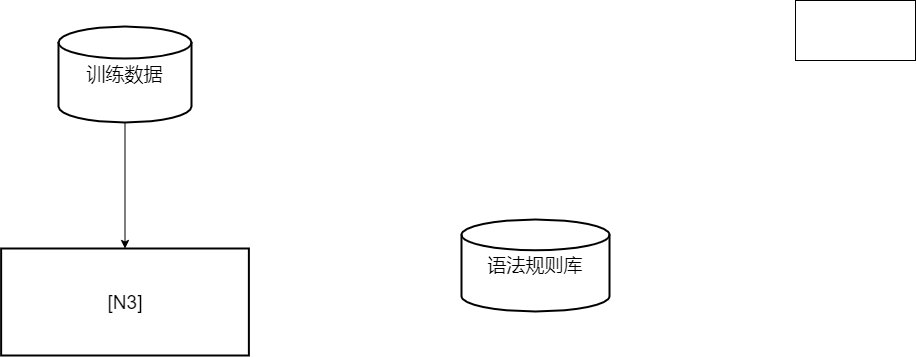
This is pcfg.drawio.png from lakomi/pictures, a draw.io export, as it was before one commit. Source tidied: cells renumbered, new cells last; positions are measured from the earlier drawing's top-left corner, leaving out a move shared by most shapes.
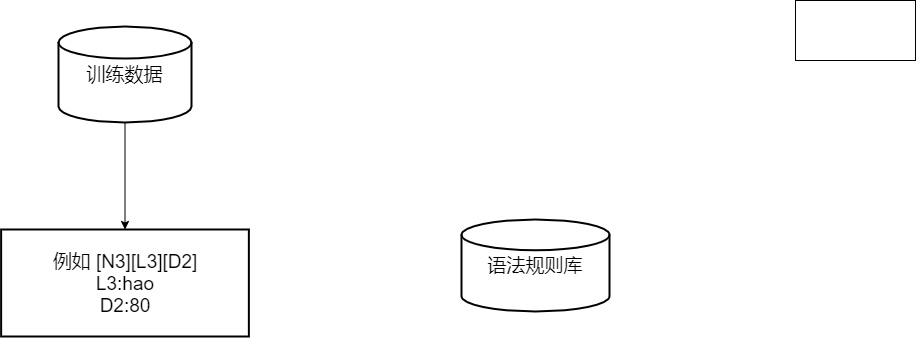
After the change.

Change to the diagram source:
```diff
@@ -14,8 +14,8 @@
     <mxCell id="5" style="rounded=0;whiteSpace=wrap;html=1;" parent="1" vertex="1">
       <mxGeometry x="794" width="120" height="60" as="geometry" />
     </mxCell>
-    <mxCell id="6" value="[N3]&lt;br&gt;" style="whiteSpace=wrap;html=1;fontSize=19;strokeWidth=2;" parent="1" vertex="1">
-      <mxGeometry x="-0.4" y="248" width="247.8" height="107" as="geometry" />
+    <mxCell id="6" value="例如 [N3][L3][D2]&lt;br&gt;L3:hao&lt;br&gt;D2:80" style="whiteSpace=wrap;html=1;fontSize=19;strokeWidth=2;" parent="1" vertex="1">
+      <mxGeometry x="-0.4" y="229" width="247.8" height="107" as="geometry" />
     </mxCell>
   </root>
 </mxGraphModel>
```
